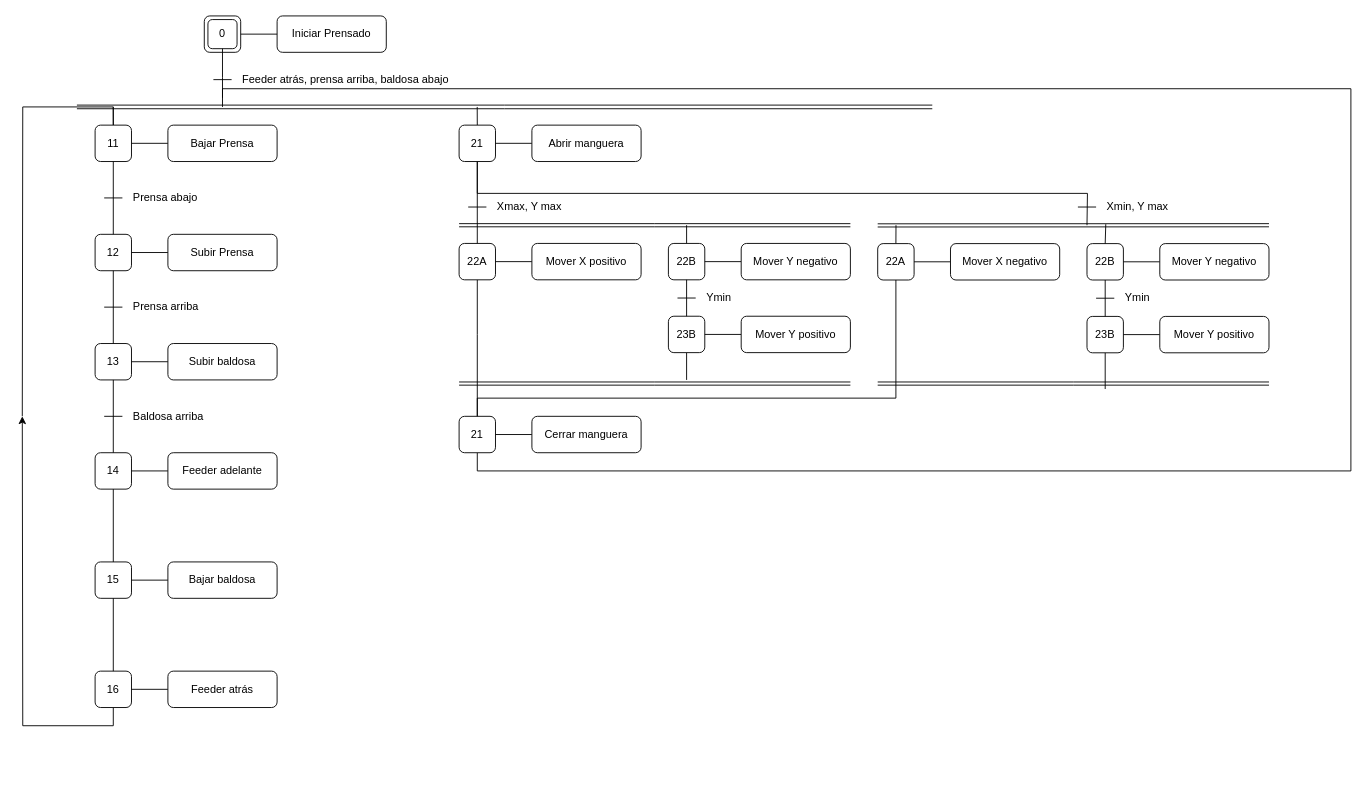
Before: Otros archivos/Grafcets.drawio in danielCamiloP/TecnomecatroniX, a draw.io diagram. Source tidied: cells renumbered, new cells numbered last; positions are measured from the earlier drawing's top-left corner, leaving out a move shared by most shapes. Both pictures are drawn from the tidied source at 91%, with x=0, y=0 at pixel (22, 15).
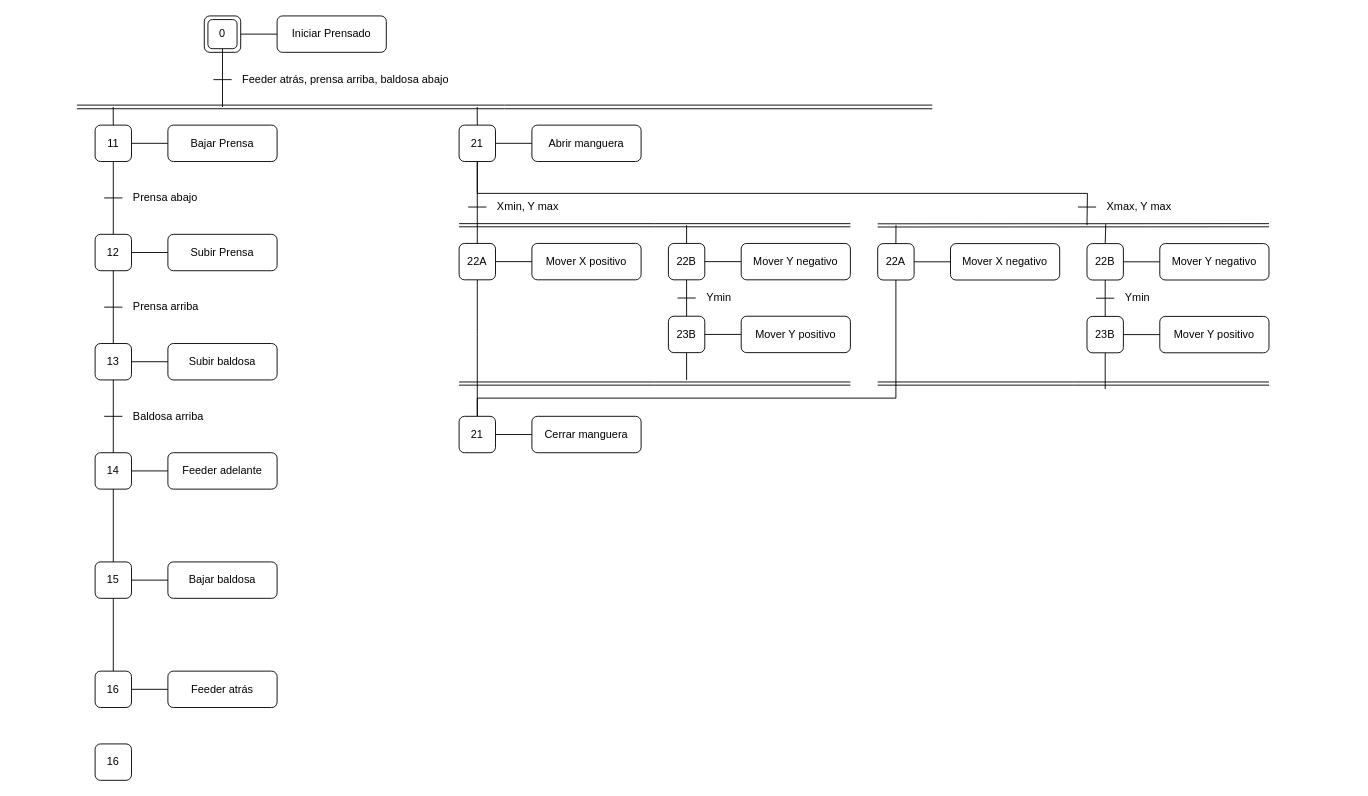
The same page after the edit.

The change refers to these unchanged cells:
```xml
<mxCell id="4" style="group;" parent="1" vertex="1">
  <mxGeometry x="80" y="120" width="200" height="40" as="geometry" />
</mxCell>
<mxCell id="7" value="11" style="rounded=1;whiteSpace=wrap;html=1;" parent="4" vertex="1">
  <mxGeometry width="40" height="40" as="geometry" />
</mxCell>
<mxCell id="52" style="group;" parent="1" vertex="1">
  <mxGeometry x="80" y="720" width="200" height="40" as="geometry" />
</mxCell>
<mxCell id="54" value="16" style="rounded=1;whiteSpace=wrap;html=1;" parent="52" vertex="1">
  <mxGeometry width="40" height="40" as="geometry" />
</mxCell>
<mxCell id="66" style="group;" parent="1" vertex="1">
  <mxGeometry x="490" y="200" width="110" height="20" as="geometry" />
</mxCell>
<mxCell id="103" style="group;" parent="1" vertex="1">
  <mxGeometry x="1160" y="200" width="110" height="20" as="geometry" />
</mxCell>
<mxCell id="107" style="group;" parent="1" vertex="1">
  <mxGeometry x="480" y="440" width="200" height="40" as="geometry" />
</mxCell>
<mxCell id="110" value="21" style="rounded=1;whiteSpace=wrap;html=1;" parent="107" vertex="1">
  <mxGeometry width="40" height="40" as="geometry" />
</mxCell>
```

Diff of the diagram source:
```diff
@@
-    <mxCell id="6" style="edgeStyle=orthogonalEdgeStyle;rounded=0;jettySize=auto;html=1;exitX=0.5;exitY=0;exitDx=0;exitDy=0;strokeColor=default;align=center;verticalAlign=middle;fontFamily=Helvetica;fontSize=11;fontColor=default;labelBackgroundColor=default;endArrow=none;endFill=0;" parent="4" edge="1" source="7">
-      <mxGeometry relative="1" as="geometry">
-        <mxPoint x="-80" y="320" as="targetPoint" />
-      </mxGeometry>
-    </mxCell>
@@
-    <mxCell id="53" style="edgeStyle=orthogonalEdgeStyle;rounded=0;jettySize=auto;html=1;exitX=0.5;exitY=1;exitDx=0;exitDy=0;strokeColor=default;align=center;verticalAlign=middle;fontFamily=Helvetica;fontSize=11;fontColor=default;labelBackgroundColor=default;endArrow=classic;endFill=1;" parent="52" edge="1" source="54">
-      <mxGeometry relative="1" as="geometry">
-        <mxPoint x="-80" y="-280" as="targetPoint" />
-      </mxGeometry>
-    </mxCell>
@@
-    <mxCell id="68" value="Xmax, Y max" style="text;html=1;align=left;verticalAlign=middle;whiteSpace=wrap;rounded=0;" parent="66" vertex="1">
+    <mxCell id="68" value="Xmin, Y max" style="text;html=1;align=left;verticalAlign=middle;whiteSpace=wrap;rounded=0;" parent="66" vertex="1">
       <mxGeometry x="30" width="80" height="20" as="geometry" />
     </mxCell>
@@
-    <mxCell id="105" value="Xmin, Y max" style="text;html=1;align=left;verticalAlign=middle;whiteSpace=wrap;rounded=0;" parent="103" vertex="1">
+    <mxCell id="105" value="Xmax, Y max" style="text;html=1;align=left;verticalAlign=middle;whiteSpace=wrap;rounded=0;" parent="103" vertex="1">
       <mxGeometry x="30" width="80" height="20" as="geometry" />
     </mxCell>
@@
-    <mxCell id="109" style="edgeStyle=orthogonalEdgeStyle;rounded=0;jettySize=auto;html=1;exitX=0.5;exitY=1;exitDx=0;exitDy=0;strokeColor=default;align=center;verticalAlign=middle;fontFamily=Helvetica;fontSize=11;fontColor=default;labelBackgroundColor=default;endArrow=none;endFill=0;" parent="107" edge="1" source="110">
-      <mxGeometry relative="1" as="geometry">
-        <mxPoint x="-260" y="-350" as="targetPoint" />
-        <Array as="points">
-          <mxPoint x="20" y="60" />
-          <mxPoint x="980" y="60" />
-          <mxPoint x="980" y="-360" />
-          <mxPoint x="-260" y="-360" />
-        </Array>
-      </mxGeometry>
-    </mxCell>
@@
+    <mxCell id="116" value="16" style="rounded=1;whiteSpace=wrap;html=1;" parent="1" vertex="1">
+      <mxGeometry x="80" y="800" width="40" height="40" as="geometry" />
+    </mxCell>
```
